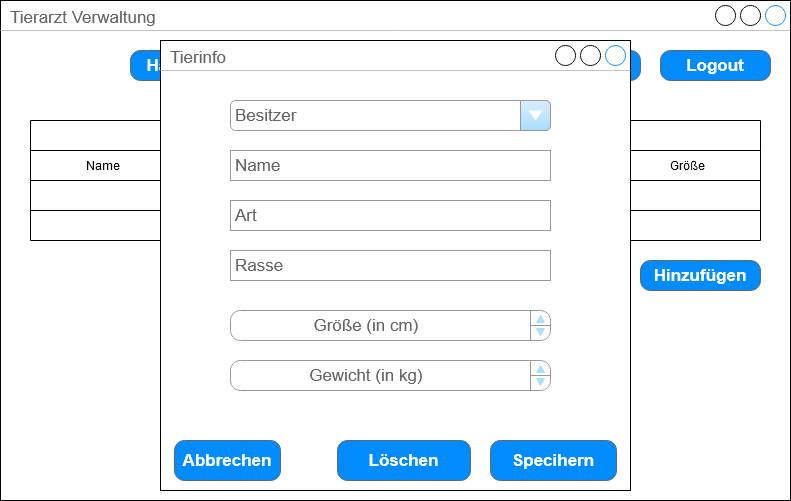
Earlier version of the draw.io export docs/mattis_kueper/img/TierarztVerwaltungTierbearbeiten.png (SGSE-2020/Spezifikation). Source tidied: cells renumbered, new cells last; positions are measured from the earlier drawing's top-left corner, leaving out a move shared by most shapes.
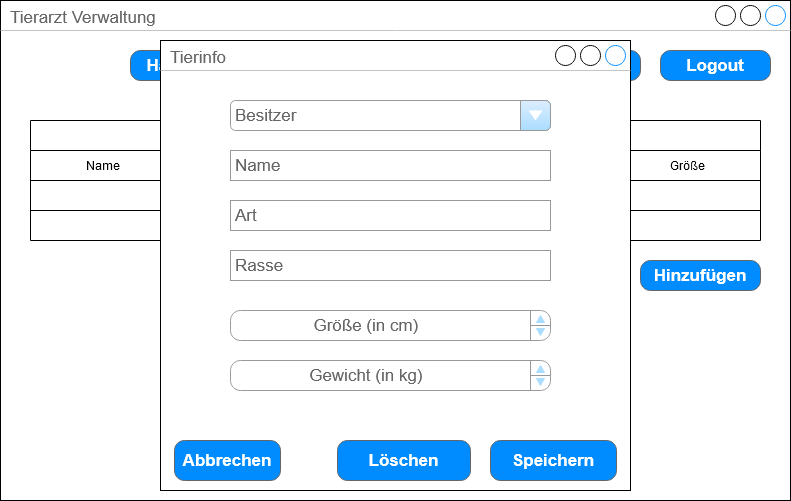
Above is the later version.

Commit message:
Finale Spezifikation Tierarzt

What changed in the source:
```diff
@@ -107,7 +107,7 @@
     <mxCell id="36" value="Löschen" style="strokeWidth=1;shadow=0;dashed=0;align=center;html=1;shape=mxgraph.mockup.buttons.button;strokeColor=#666666;fontColor=#ffffff;mainText=;buttonStyle=round;fontSize=17;fontStyle=1;fillColor=#008cff;whiteSpace=wrap;" parent="1" vertex="1">
       <mxGeometry x="337" y="440" width="133" height="40" as="geometry" />
     </mxCell>
-    <mxCell id="37" value="Specihern" style="strokeWidth=1;shadow=0;dashed=0;align=center;html=1;shape=mxgraph.mockup.buttons.button;strokeColor=#666666;fontColor=#ffffff;mainText=;buttonStyle=round;fontSize=17;fontStyle=1;fillColor=#008cff;whiteSpace=wrap;" parent="1" vertex="1">
+    <mxCell id="37" value="Speichern" style="strokeWidth=1;shadow=0;dashed=0;align=center;html=1;shape=mxgraph.mockup.buttons.button;strokeColor=#666666;fontColor=#ffffff;mainText=;buttonStyle=round;fontSize=17;fontStyle=1;fillColor=#008cff;whiteSpace=wrap;" parent="1" vertex="1">
       <mxGeometry x="490" y="440" width="126" height="40" as="geometry" />
     </mxCell>
   </root>
```
